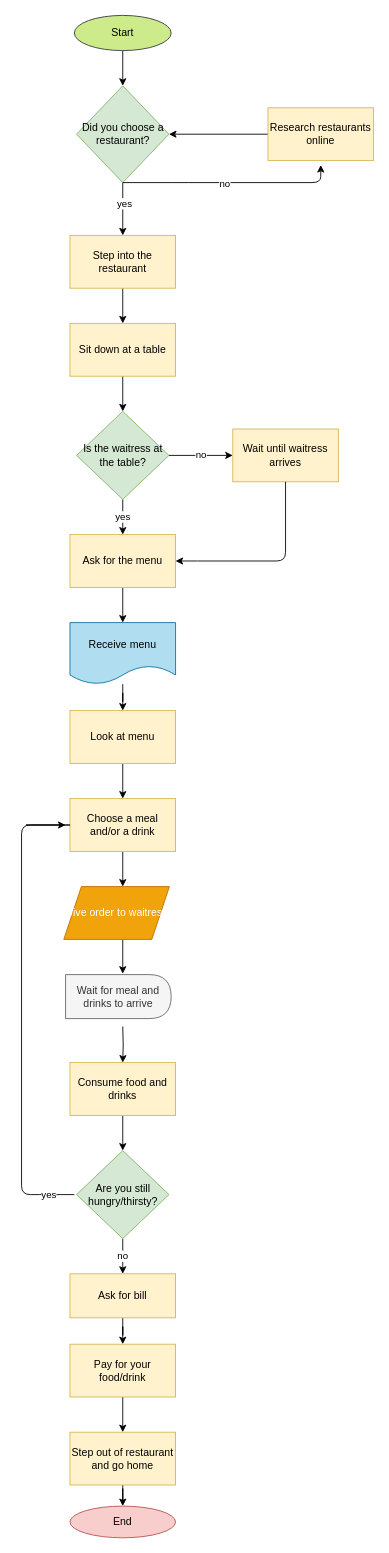
Earlier version of the draw.io diagram alien-restaurant.drawio (krenat19/restaurant-flowchart). Source tidied: cells renumbered, new cells numbered last; positions are measured from the earlier drawing's top-left corner, leaving out a move shared by most shapes. Both pictures are drawn from the tidied source at 88%, with x=0, y=0 at pixel (21, 15).
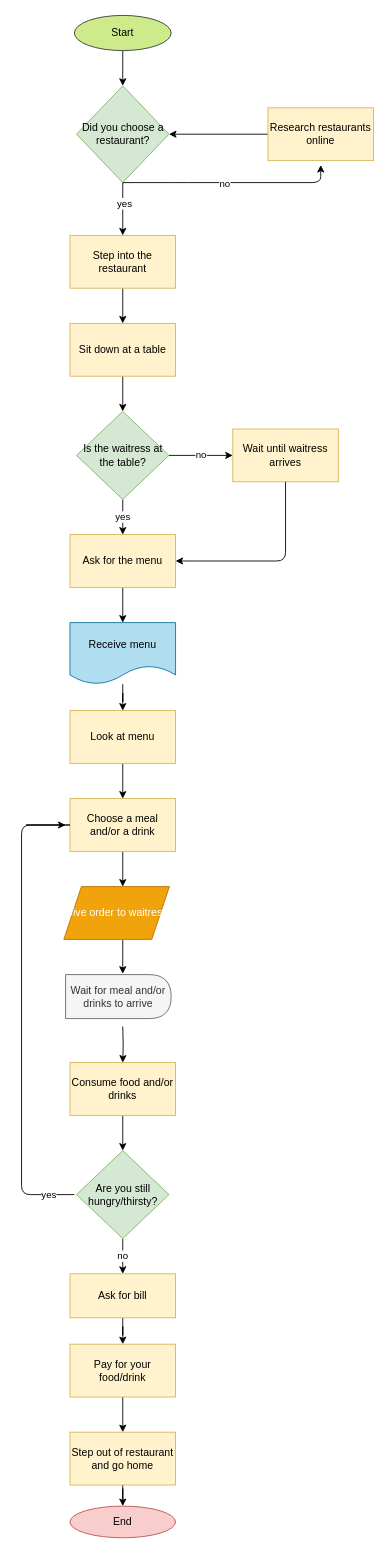
Above is the later version.

Change to the diagram source:
```diff
@@
-    <mxCell id="31" value="Consume food and drinks" style="whiteSpace=wrap;html=1;strokeColor=#d6b656;fillColor=#fff2cc;" parent="1" vertex="1">
+    <mxCell id="31" value="Consume food and/or drinks" style="whiteSpace=wrap;html=1;strokeColor=#d6b656;fillColor=#fff2cc;" parent="1" vertex="1">
       <mxGeometry x="55" y="1190" width="120" height="60" as="geometry" />
     </mxCell>
@@
-    <mxCell id="43" value="&lt;div&gt;Wait for meal and drinks to arrive&lt;/div&gt;" style="shape=delay;whiteSpace=wrap;html=1;fillColor=#f5f5f5;strokeColor=#666666;fontColor=#333333;" parent="1" vertex="1">
+    <mxCell id="43" value="&lt;div&gt;Wait for meal and/or drinks to arrive&lt;/div&gt;" style="shape=delay;whiteSpace=wrap;html=1;fillColor=#f5f5f5;strokeColor=#666666;fontColor=#333333;" parent="1" vertex="1">
       <mxGeometry x="50" y="1090" width="120" height="50" as="geometry" />
     </mxCell>
```
